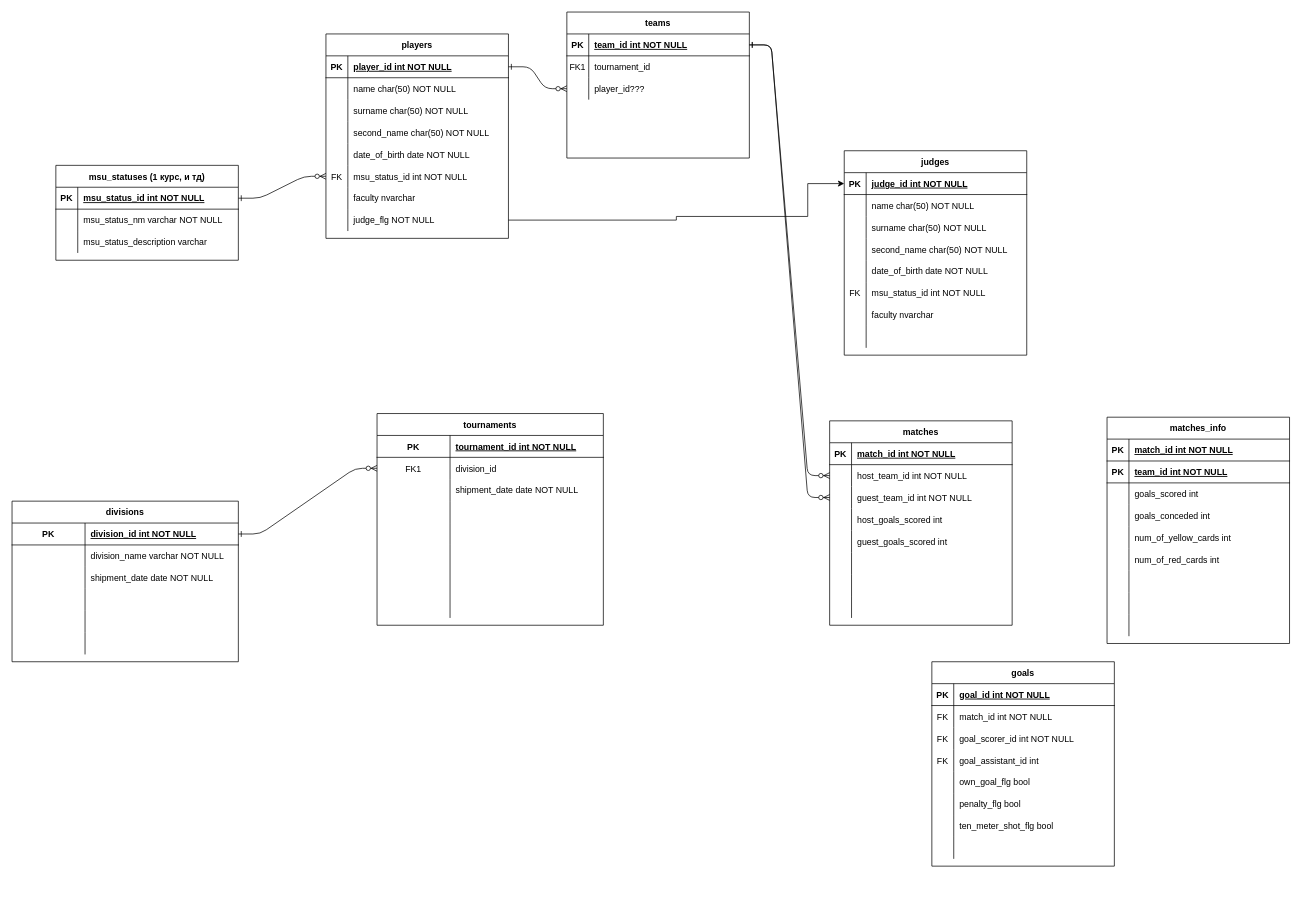
This is db_schema.drawio from andgorser/Football_site, a draw.io file, before an edit. Source tidied: cells renumbered, new cells numbered last; positions are measured from the earlier drawing's top-left corner, leaving out a move shared by most shapes. Both pictures are drawn from the tidied source at 73%, with x=0, y=0 at pixel (12, 12).
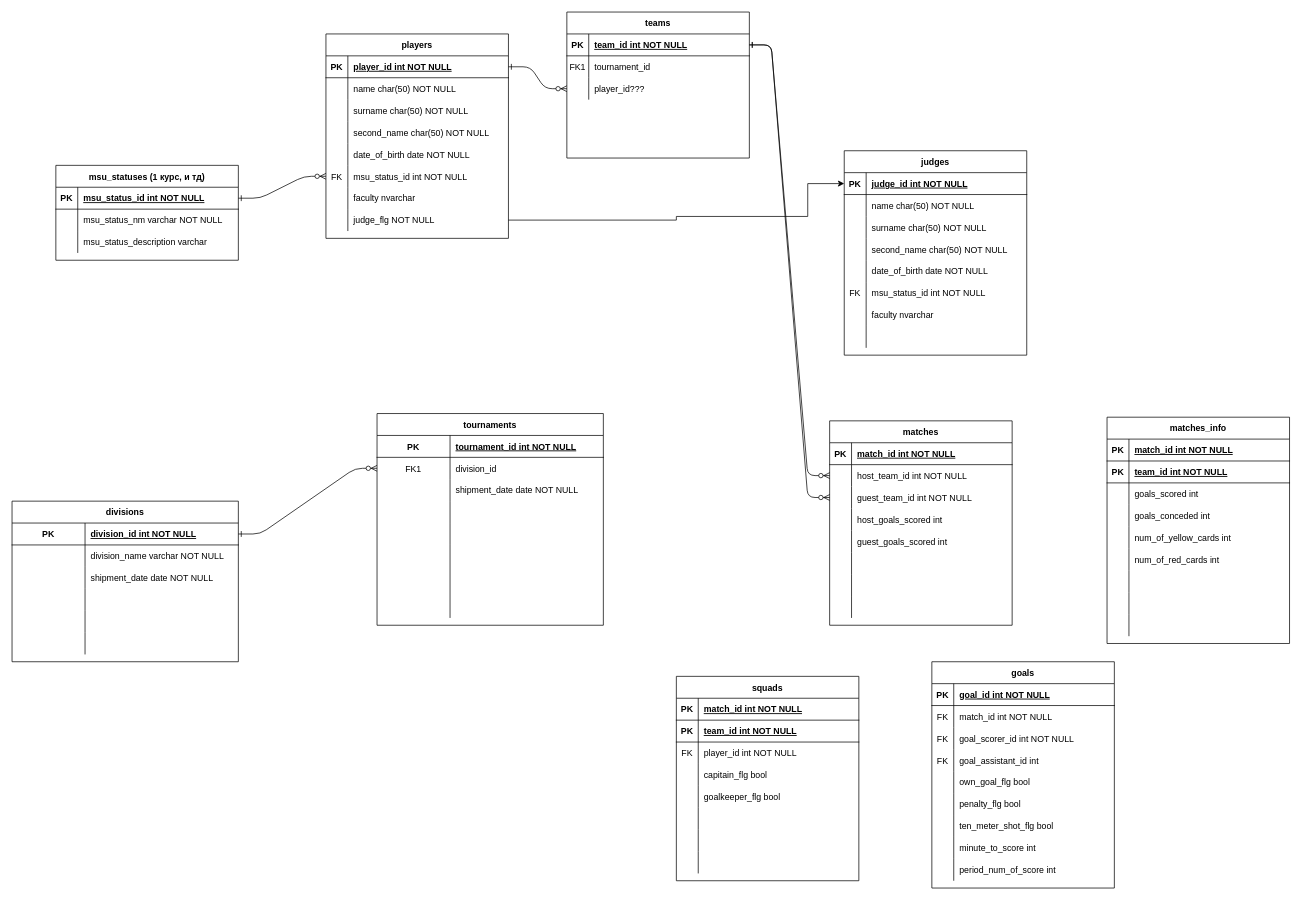
The same diagram, later.

Unchanged cells that the change refers to:
```xml
<mxCell id="191" style="shape=partialRectangle;fillColor=none;top=0;left=0;right=0;bottom=0;" parent="169" vertex="1">
  <mxGeometry y="240" width="250" height="30" as="geometry" />
</mxCell>
```

The edit, as a diff of the source:
```diff
@@
     <mxCell id="169" value="goals" style="shape=table;startSize=30;childLayout=tableLayout;rowLines=0;fontStyle=1;align=center;" parent="1" vertex="1">
-      <mxGeometry x="1260" y="890" width="250" height="280" as="geometry" />
+      <mxGeometry x="1260" y="890" width="250" height="310" as="geometry" />
     </mxCell>
@@
-    <mxCell id="193" style="shape=partialRectangle;overflow=hidden;fillColor=none;top=0;left=0;bottom=0;right=0;align=left;spacingLeft=6;" parent="191" vertex="1">
+    <mxCell id="193" value="minute_to_score int" style="shape=partialRectangle;overflow=hidden;fillColor=none;top=0;left=0;bottom=0;right=0;align=left;spacingLeft=6;" parent="191" vertex="1">
       <mxGeometry x="30" width="220" height="30" as="geometry" />
     </mxCell>
+    <mxCell id="194" style="shape=partialRectangle;fillColor=none;top=0;left=0;right=0;bottom=0;" parent="169" vertex="1">
+      <mxGeometry y="270" width="250" height="30" as="geometry" />
+    </mxCell>
+    <mxCell id="195" style="shape=partialRectangle;overflow=hidden;fillColor=none;top=0;left=0;bottom=0;right=0;" parent="194" vertex="1">
+      <mxGeometry width="30" height="30" as="geometry" />
+    </mxCell>
+    <mxCell id="196" value="period_num_of_score int" style="shape=partialRectangle;overflow=hidden;fillColor=none;top=0;left=0;bottom=0;right=0;align=left;spacingLeft=6;" parent="194" vertex="1">
+      <mxGeometry x="30" width="220" height="30" as="geometry" />
+    </mxCell>
+    <mxCell id="197" value="squads" style="shape=table;startSize=30;childLayout=tableLayout;rowLines=0;fontStyle=1;align=center;" parent="1" vertex="1">
+      <mxGeometry x="910" y="910" width="250" height="280" as="geometry" />
+    </mxCell>
+    <mxCell id="198" style="shape=partialRectangle;fillColor=none;top=0;left=0;right=0;bottom=1;" parent="197" vertex="1">
+      <mxGeometry y="30" width="250" height="30" as="geometry" />
+    </mxCell>
+    <mxCell id="199" value="PK" style="shape=partialRectangle;overflow=hidden;fillColor=none;top=0;left=0;bottom=0;right=0;fontStyle=1;" parent="198" vertex="1">
+      <mxGeometry width="30" height="30" as="geometry" />
+    </mxCell>
+    <mxCell id="200" value="match_id int NOT NULL " style="shape=partialRectangle;overflow=hidden;fillColor=none;top=0;left=0;bottom=0;right=0;align=left;spacingLeft=6;fontStyle=5;" parent="198" vertex="1">
+      <mxGeometry x="30" width="220" height="30" as="geometry" />
+    </mxCell>
+    <mxCell id="201" style="shape=partialRectangle;fillColor=none;top=0;left=0;right=0;bottom=1;" parent="197" vertex="1">
+      <mxGeometry y="60" width="250" height="30" as="geometry" />
+    </mxCell>
+    <mxCell id="202" value="PK" style="shape=partialRectangle;overflow=hidden;fillColor=none;top=0;left=0;bottom=0;right=0;fontStyle=1;" parent="201" vertex="1">
+      <mxGeometry width="30" height="30" as="geometry" />
+    </mxCell>
+    <mxCell id="203" value="team_id int NOT NULL " style="shape=partialRectangle;overflow=hidden;fillColor=none;top=0;left=0;bottom=0;right=0;align=left;spacingLeft=6;fontStyle=5;" parent="201" vertex="1">
+      <mxGeometry x="30" width="220" height="30" as="geometry" />
+    </mxCell>
+    <mxCell id="204" style="shape=partialRectangle;fillColor=none;top=0;left=0;right=0;bottom=0;" parent="197" vertex="1">
+      <mxGeometry y="90" width="250" height="30" as="geometry" />
+    </mxCell>
+    <mxCell id="205" value="FK" style="shape=partialRectangle;overflow=hidden;fillColor=none;top=0;left=0;bottom=0;right=0;" parent="204" vertex="1">
+      <mxGeometry width="30" height="30" as="geometry" />
+    </mxCell>
+    <mxCell id="206" value="player_id int NOT NULL" style="shape=partialRectangle;overflow=hidden;fillColor=none;top=0;left=0;bottom=0;right=0;align=left;spacingLeft=6;" parent="204" vertex="1">
+      <mxGeometry x="30" width="220" height="30" as="geometry" />
+    </mxCell>
+    <mxCell id="207" style="shape=partialRectangle;fillColor=none;top=0;left=0;right=0;bottom=0;" parent="197" vertex="1">
+      <mxGeometry y="120" width="250" height="30" as="geometry" />
+    </mxCell>
+    <mxCell id="208" style="shape=partialRectangle;overflow=hidden;fillColor=none;top=0;left=0;bottom=0;right=0;" parent="207" vertex="1">
+      <mxGeometry width="30" height="30" as="geometry" />
+    </mxCell>
+    <mxCell id="209" value="capitain_flg bool" style="shape=partialRectangle;overflow=hidden;fillColor=none;top=0;left=0;bottom=0;right=0;align=left;spacingLeft=6;" parent="207" vertex="1">
+      <mxGeometry x="30" width="220" height="30" as="geometry" />
+    </mxCell>
+    <mxCell id="210" style="shape=partialRectangle;fillColor=none;top=0;left=0;right=0;bottom=0;" parent="197" vertex="1">
+      <mxGeometry y="150" width="250" height="30" as="geometry" />
+    </mxCell>
+    <mxCell id="211" style="shape=partialRectangle;overflow=hidden;fillColor=none;top=0;left=0;bottom=0;right=0;" parent="210" vertex="1">
+      <mxGeometry width="30" height="30" as="geometry" />
+    </mxCell>
+    <mxCell id="212" value="goalkeeper_flg bool" style="shape=partialRectangle;overflow=hidden;fillColor=none;top=0;left=0;bottom=0;right=0;align=left;spacingLeft=6;" parent="210" vertex="1">
+      <mxGeometry x="30" width="220" height="30" as="geometry" />
+    </mxCell>
+    <mxCell id="213" style="shape=partialRectangle;fillColor=none;top=0;left=0;right=0;bottom=0;" parent="197" vertex="1">
+      <mxGeometry y="180" width="250" height="30" as="geometry" />
+    </mxCell>
+    <mxCell id="214" style="shape=partialRectangle;overflow=hidden;fillColor=none;top=0;left=0;bottom=0;right=0;" parent="213" vertex="1">
+      <mxGeometry width="30" height="30" as="geometry" />
+    </mxCell>
+    <mxCell id="215" style="shape=partialRectangle;overflow=hidden;fillColor=none;top=0;left=0;bottom=0;right=0;align=left;spacingLeft=6;" parent="213" vertex="1">
+      <mxGeometry x="30" width="220" height="30" as="geometry" />
+    </mxCell>
+    <mxCell id="216" style="shape=partialRectangle;fillColor=none;top=0;left=0;right=0;bottom=0;" parent="197" vertex="1">
+      <mxGeometry y="210" width="250" height="30" as="geometry" />
+    </mxCell>
+    <mxCell id="217" style="shape=partialRectangle;overflow=hidden;fillColor=none;top=0;left=0;bottom=0;right=0;" parent="216" vertex="1">
+      <mxGeometry width="30" height="30" as="geometry" />
+    </mxCell>
+    <mxCell id="218" style="shape=partialRectangle;overflow=hidden;fillColor=none;top=0;left=0;bottom=0;right=0;align=left;spacingLeft=6;" parent="216" vertex="1">
+      <mxGeometry x="30" width="220" height="30" as="geometry" />
+    </mxCell>
+    <mxCell id="219" style="shape=partialRectangle;fillColor=none;top=0;left=0;right=0;bottom=0;" parent="197" vertex="1">
+      <mxGeometry y="240" width="250" height="30" as="geometry" />
+    </mxCell>
+    <mxCell id="220" style="shape=partialRectangle;overflow=hidden;fillColor=none;top=0;left=0;bottom=0;right=0;" parent="219" vertex="1">
+      <mxGeometry width="30" height="30" as="geometry" />
+    </mxCell>
+    <mxCell id="221" style="shape=partialRectangle;overflow=hidden;fillColor=none;top=0;left=0;bottom=0;right=0;align=left;spacingLeft=6;" parent="219" vertex="1">
+      <mxGeometry x="30" width="220" height="30" as="geometry" />
+    </mxCell>
```
